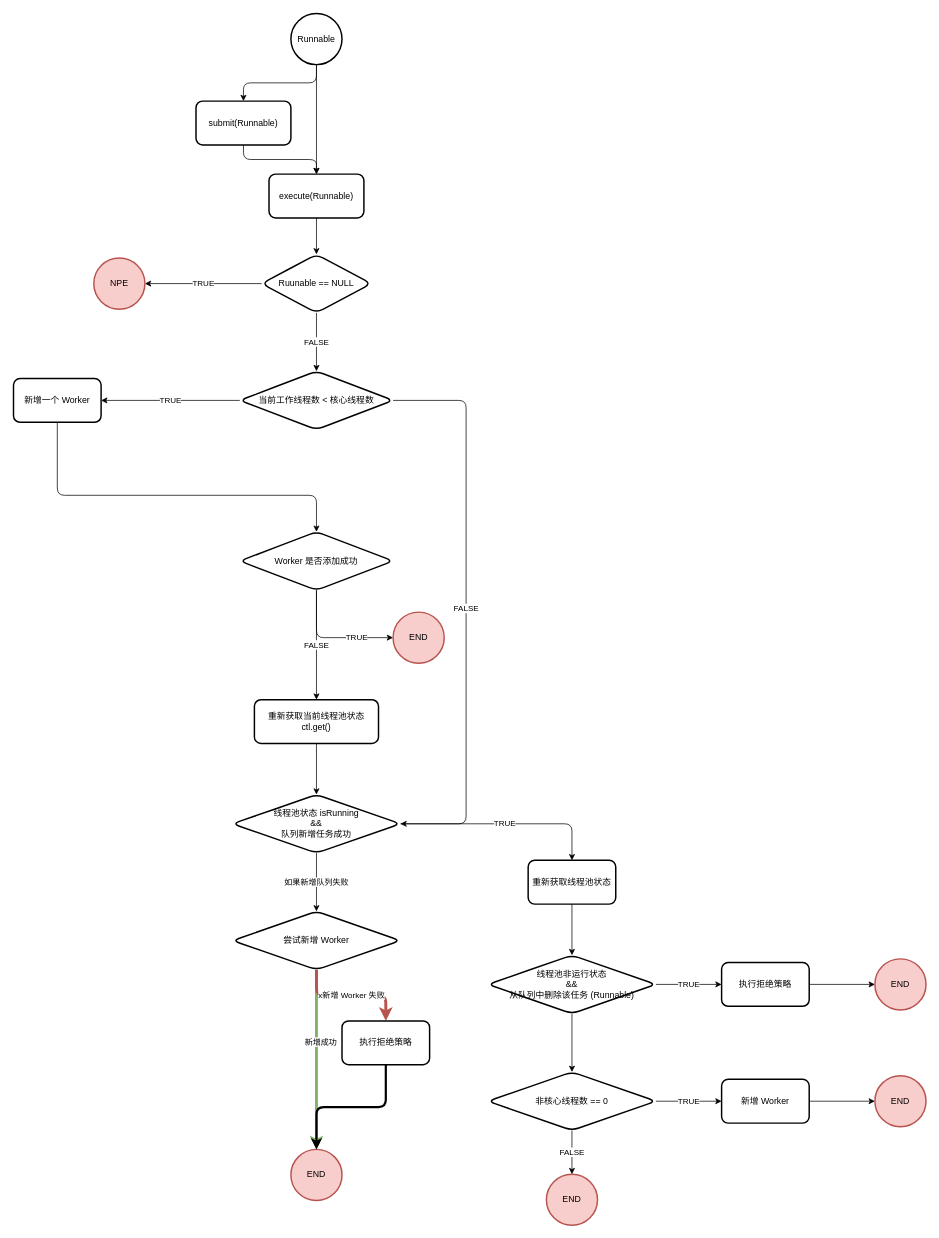
The draw.io diagram java/thread/未命名绘图.drawio in LJiangTao/drawio, before the edit. Source tidied: cells renumbered, new cells numbered last; positions are measured from the earlier drawing's top-left corner, leaving out a move shared by most shapes. Both pictures are drawn from the tidied source at 73%, with x=0, y=0 at pixel (13, 13).
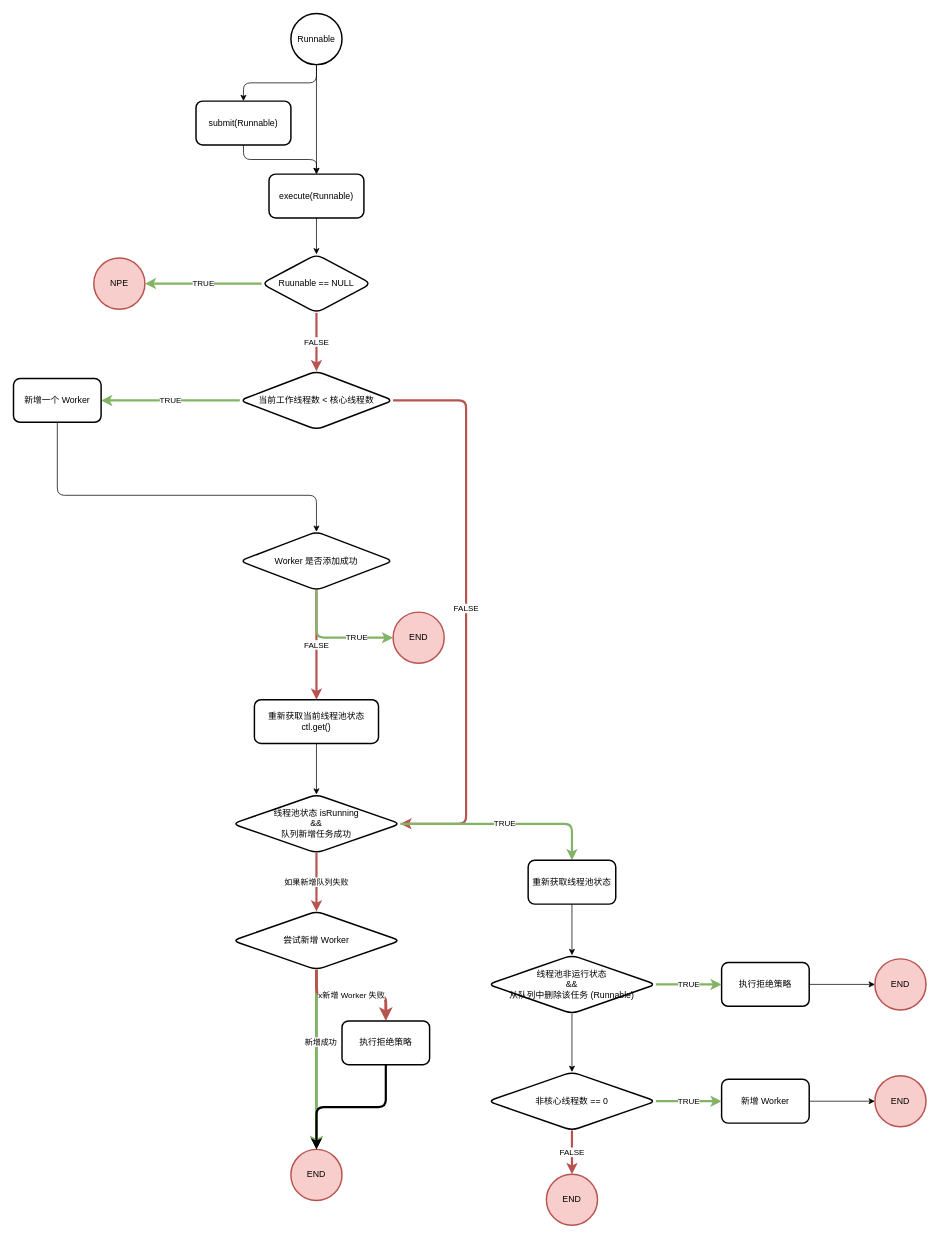
The same page after the edit.

Commit message:
更新未命名绘图.drawio

The change refers to these unchanged cells:
```xml
<mxCell id="11" value="Ruunable == NULL" style="rhombus;whiteSpace=wrap;html=1;strokeWidth=2;rounded=1;" parent="1" vertex="1">
  <mxGeometry x="340" y="330" width="150" height="80" as="geometry" />
</mxCell>
<mxCell id="12" value="NPE" style="strokeWidth=2;html=1;shape=mxgraph.flowchart.start_2;whiteSpace=wrap;fillColor=#f8cecc;strokeColor=#b85450;rounded=1;" parent="1" vertex="1">
  <mxGeometry x="110" y="335" width="70" height="70" as="geometry" />
</mxCell>
<mxCell id="15" value="当前工作线程数 &amp;lt; 核心线程数" style="rhombus;whiteSpace=wrap;html=1;strokeWidth=2;rounded=1;" parent="1" vertex="1">
  <mxGeometry x="310" y="490" width="210" height="80" as="geometry" />
</mxCell>
<mxCell id="17" value="新增一个 Worker" style="whiteSpace=wrap;html=1;strokeWidth=2;rounded=1;" parent="1" vertex="1">
  <mxGeometry y="500" width="120" height="60" as="geometry" />
</mxCell>
<mxCell id="20" value="Worker 是否添加成功" style="rhombus;whiteSpace=wrap;html=1;strokeWidth=2;rounded=1;" parent="1" vertex="1">
  <mxGeometry x="310" y="710" width="210" height="80" as="geometry" />
</mxCell>
<mxCell id="22" value="重新获取当前线程池状态&lt;br&gt;ctl.get()" style="whiteSpace=wrap;html=1;strokeWidth=2;rounded=1;" parent="1" vertex="1">
  <mxGeometry x="330" y="940" width="170" height="60" as="geometry" />
</mxCell>
<mxCell id="23" value="END" style="strokeWidth=2;html=1;shape=mxgraph.flowchart.start_2;whiteSpace=wrap;fillColor=#f8cecc;strokeColor=#b85450;rounded=1;" parent="1" vertex="1">
  <mxGeometry x="520" y="820" width="70" height="70" as="geometry" />
</mxCell>
<mxCell id="26" value="线程池状态 isRunning&lt;br&gt;&amp;amp;&amp;amp;&lt;br&gt;队列新增任务成功" style="rhombus;whiteSpace=wrap;html=1;strokeWidth=2;rounded=1;" parent="1" vertex="1">
  <mxGeometry x="300" y="1070" width="230" height="80" as="geometry" />
</mxCell>
<mxCell id="27" style="group;rounded=1;" parent="1" vertex="1">
  <mxGeometry x="650" y="1160" width="600" height="500" as="geometry" />
</mxCell>
<mxCell id="28" value="重新获取线程池状态" style="whiteSpace=wrap;html=1;strokeWidth=2;rounded=1;" parent="27" vertex="1">
  <mxGeometry x="55" width="120" height="60" as="geometry" />
</mxCell>
<mxCell id="29" value="线程池非运行状态&lt;br&gt;&amp;amp;&amp;amp;&lt;br&gt;从队列中删除该任务 (Runnable)" style="rhombus;whiteSpace=wrap;html=1;strokeWidth=2;rounded=1;" parent="27" vertex="1">
  <mxGeometry y="130" width="230" height="80" as="geometry" />
</mxCell>
<mxCell id="31" value="执行拒绝策略" style="whiteSpace=wrap;html=1;strokeWidth=2;rounded=1;" parent="27" vertex="1">
  <mxGeometry x="320" y="140" width="120" height="60" as="geometry" />
</mxCell>
<mxCell id="35" value="非核心线程数 == 0" style="rhombus;whiteSpace=wrap;html=1;strokeWidth=2;rounded=1;" parent="27" vertex="1">
  <mxGeometry y="290" width="230" height="80" as="geometry" />
</mxCell>
<mxCell id="37" value="新增 Worker" style="whiteSpace=wrap;html=1;strokeWidth=2;rounded=1;" parent="27" vertex="1">
  <mxGeometry x="320" y="300" width="120" height="60" as="geometry" />
</mxCell>
<mxCell id="41" value="END" style="strokeWidth=2;html=1;shape=mxgraph.flowchart.start_2;whiteSpace=wrap;fillColor=#f8cecc;strokeColor=#b85450;rounded=1;" parent="27" vertex="1">
  <mxGeometry x="80" y="430" width="70" height="70" as="geometry" />
</mxCell>
<mxCell id="46" value="尝试新增 Worker" style="rhombus;whiteSpace=wrap;html=1;strokeWidth=2;rounded=1;" parent="1" vertex="1">
  <mxGeometry x="300" y="1230" width="230" height="80" as="geometry" />
</mxCell>
```

What changed in the source:
```diff
@@
-    <mxCell id="9" value="TRUE" style="edgeStyle=orthogonalEdgeStyle;rounded=1;jettySize=auto;html=1;" parent="1" edge="1" source="11" target="12">
+    <mxCell id="9" value="TRUE" style="edgeStyle=orthogonalEdgeStyle;rounded=1;jettySize=auto;html=1;strokeWidth=3;fillColor=#d5e8d4;strokeColor=#82b366;" parent="1" edge="1" source="11" target="12">
       <mxGeometry relative="1" as="geometry" />
     </mxCell>
-    <mxCell id="10" value="FALSE" style="edgeStyle=orthogonalEdgeStyle;rounded=1;jettySize=auto;html=1;" parent="1" edge="1" source="11" target="15">
+    <mxCell id="10" value="FALSE" style="edgeStyle=orthogonalEdgeStyle;rounded=1;jettySize=auto;html=1;fillColor=#f8cecc;strokeColor=#b85450;strokeWidth=3;" parent="1" edge="1" source="11" target="15">
       <mxGeometry relative="1" as="geometry" />
     </mxCell>
@@
-    <mxCell id="13" value="TRUE" style="edgeStyle=orthogonalEdgeStyle;rounded=1;jettySize=auto;html=1;" parent="1" edge="1" source="15" target="17">
+    <mxCell id="13" value="TRUE" style="edgeStyle=orthogonalEdgeStyle;rounded=1;jettySize=auto;html=1;fillColor=#d5e8d4;strokeColor=#82b366;strokeWidth=3;" parent="1" edge="1" source="15" target="17">
       <mxGeometry relative="1" as="geometry" />
     </mxCell>
-    <mxCell id="14" value="FALSE" style="edgeStyle=orthogonalEdgeStyle;rounded=1;jettySize=auto;html=1;" parent="1" edge="1" source="15" target="26">
+    <mxCell id="14" value="FALSE" style="edgeStyle=orthogonalEdgeStyle;rounded=1;jettySize=auto;html=1;fillColor=#f8cecc;strokeColor=#b85450;strokeWidth=3;" parent="1" edge="1" source="15" target="26">
       <mxGeometry relative="1" as="geometry">
         <Array as="points">
           <mxPoint x="620" y="530" />
           <mxPoint x="620" y="1110" />
         </Array>
       </mxGeometry>
     </mxCell>
@@
-    <mxCell id="18" value="FALSE" style="edgeStyle=orthogonalEdgeStyle;rounded=1;jettySize=auto;html=1;" parent="1" edge="1" source="20" target="22">
+    <mxCell id="18" value="FALSE" style="edgeStyle=orthogonalEdgeStyle;rounded=1;jettySize=auto;html=1;fillColor=#f8cecc;strokeColor=#b85450;strokeWidth=3;" parent="1" edge="1" source="20" target="22">
       <mxGeometry relative="1" as="geometry" />
     </mxCell>
-    <mxCell id="19" value="TRUE" style="edgeStyle=orthogonalEdgeStyle;rounded=1;jettySize=auto;html=1;entryX=0;entryY=0.5;entryDx=0;entryDy=0;entryPerimeter=0;" parent="1" edge="1" source="20" target="23">
+    <mxCell id="19" value="TRUE" style="edgeStyle=orthogonalEdgeStyle;rounded=1;jettySize=auto;html=1;entryX=0;entryY=0.5;entryDx=0;entryDy=0;entryPerimeter=0;fillColor=#d5e8d4;strokeColor=#82b366;strokeWidth=3;" parent="1" edge="1" source="20" target="23">
       <mxGeometry x="0.41" relative="1" as="geometry" />
     </mxCell>
@@
-    <mxCell id="24" value="TRUE" style="edgeStyle=orthogonalEdgeStyle;rounded=1;jettySize=auto;html=1;" parent="1" edge="1" source="26" target="28">
+    <mxCell id="24" value="TRUE" style="edgeStyle=orthogonalEdgeStyle;rounded=1;jettySize=auto;html=1;fillColor=#d5e8d4;strokeColor=#82b366;strokeWidth=3;" parent="1" edge="1" source="26" target="28">
       <mxGeometry relative="1" as="geometry" />
     </mxCell>
-    <mxCell id="25" value="如果新增队列失败" style="edgeStyle=orthogonalEdgeStyle;rounded=1;jettySize=auto;html=1;" parent="1" edge="1" source="26" target="46">
+    <mxCell id="25" value="如果新增队列失败" style="edgeStyle=orthogonalEdgeStyle;rounded=1;jettySize=auto;html=1;fillColor=#f8cecc;strokeColor=#b85450;strokeWidth=3;" parent="1" edge="1" source="26" target="46">
       <mxGeometry relative="1" as="geometry" />
     </mxCell>
@@
-    <mxCell id="32" value="TRUE" style="edgeStyle=orthogonalEdgeStyle;rounded=1;jettySize=auto;html=1;" parent="27" edge="1" source="29" target="31">
+    <mxCell id="32" value="TRUE" style="edgeStyle=orthogonalEdgeStyle;rounded=1;jettySize=auto;html=1;fillColor=#d5e8d4;strokeColor=#82b366;strokeWidth=3;" parent="27" edge="1" source="29" target="31">
       <mxGeometry relative="1" as="geometry" />
     </mxCell>
@@
-    <mxCell id="38" value="TRUE" style="edgeStyle=orthogonalEdgeStyle;rounded=1;jettySize=auto;html=1;" parent="27" edge="1" source="35" target="37">
+    <mxCell id="38" value="TRUE" style="edgeStyle=orthogonalEdgeStyle;rounded=1;jettySize=auto;html=1;fillColor=#d5e8d4;strokeColor=#82b366;strokeWidth=3;" parent="27" edge="1" source="35" target="37">
       <mxGeometry relative="1" as="geometry" />
     </mxCell>
@@
-    <mxCell id="42" value="FALSE" style="edgeStyle=orthogonalEdgeStyle;rounded=1;jettySize=auto;html=1;entryX=0.5;entryY=0;entryDx=0;entryDy=0;entryPerimeter=0;" parent="27" edge="1" source="35" target="41">
+    <mxCell id="42" value="FALSE" style="edgeStyle=orthogonalEdgeStyle;rounded=1;jettySize=auto;html=1;entryX=0.5;entryY=0;entryDx=0;entryDy=0;entryPerimeter=0;fillColor=#f8cecc;strokeColor=#b85450;strokeWidth=3;" parent="27" edge="1" source="35" target="41">
       <mxGeometry relative="1" as="geometry" />
     </mxCell>
```
